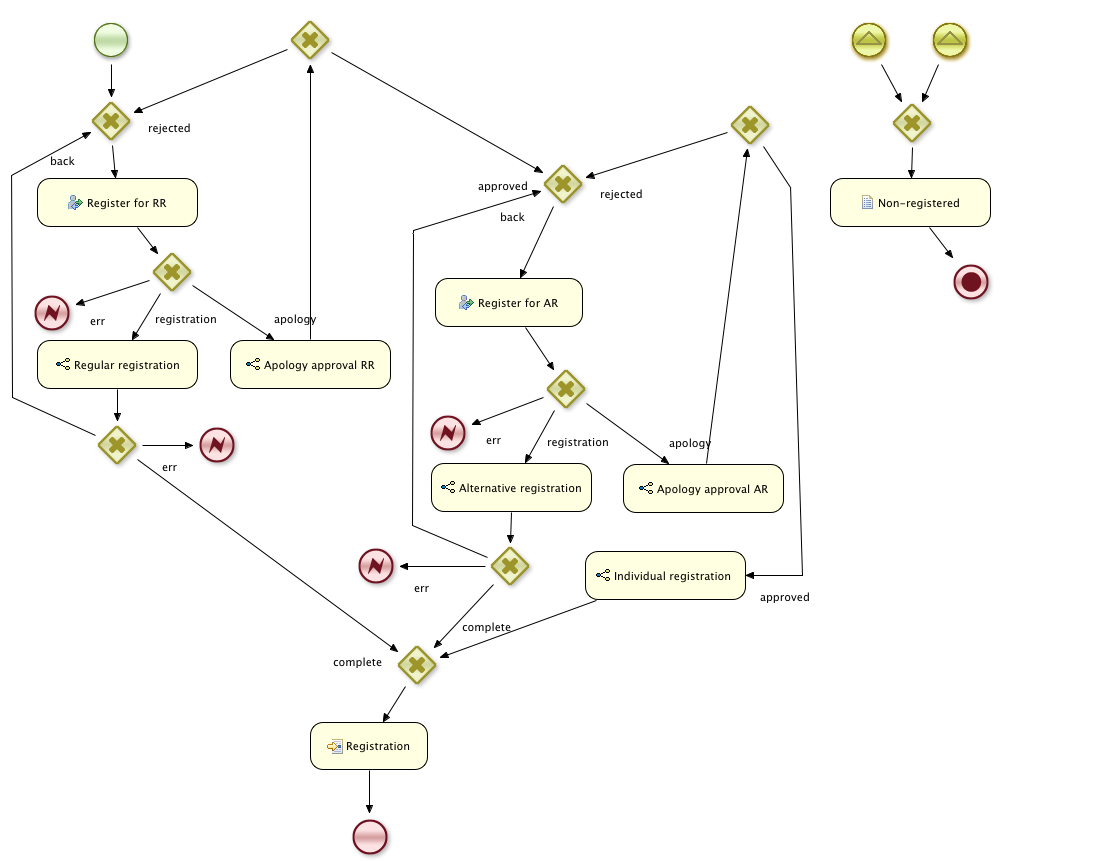
Before: src/main/resources/bpm/2012_registration.png, a diagram exported from BPMN (janondrusek/MI-MPR-DIP-Admission). Its source is kept beside it as src/main/resources/process/2012_registration.bpmn. Ids are renumbered.
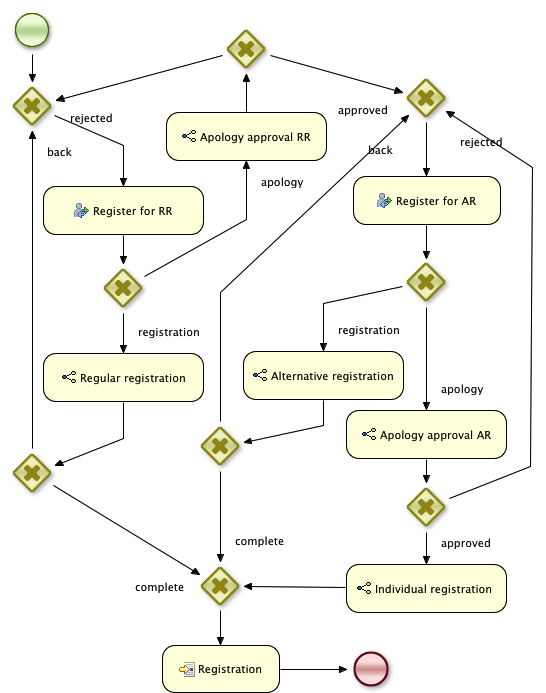
After the change.

What changed in the source:
```diff
@@ -14,10 +14,6 @@
   <itemDefinition id="_admissionItem" structureRef="cz.cvut.fit.mi_mpr_dip.admission.domain.Admission" />
   <itemDefinition id="_evaluatorItem" structureRef="cz.cvut.fit.mi_mpr_dip.admission.jbpm.eval.ProcessEvaluator" />
 
-  <escalation id="err_AR_reg" escalationCode="err_AR_reg" />
-  <escalation id="err_RR_eval" escalationCode="err_RR_eval" />
-  <escalation id="err_RR_reg" escalationCode="err_RR_reg" />
-  <escalation id="err_AR_eval" escalationCode="err_AR_eval" />
   <process processType="Private" isExecutable="true" id="cz.cvut.fit.mi_mpr_dip.admission.2012_registration" name="Sample Process" tns:packageName="defaultPackage" >
 
     <!-- process variables -->
@@ -26,17 +22,10 @@
 
     <!-- nodes -->
     <startEvent id="_1" name="StartProcess" />
-    <scriptTask id="_3" name="Non-registered" scriptFormat="http://www.java.com/java" >
-      <script>System.out.println("Neprihlasen k zapisu");</script>
-    </scriptTask>
     <exclusiveGateway id="_4" name="Gateway - Regular R action (REG/APP)" gatewayDirection="Diverging" />
     <endEvent id="_8" name="End" />
     <exclusiveGateway id="_10" name="Gateway - alternative R action (REG/APP)" gatewayDirection="Diverging" />
     <exclusiveGateway id="_14" name="Gateway - Registration complete" gatewayDirection="Converging" />
-    <endEvent id="_16" name="End" >
-        <terminateEventDefinition/>
-    </endEvent>
-    <exclusiveGateway id="_19" name="Gateway - registration signals" gatewayDirection="Converging" />
     <callActivity id="_21" name="Alternative registration" calledElement="cz.cvut.fit.mi_mpr_dip.admission.blank" >
       <ioSpecification>
         <dataInput id="_21_admissionInput" name="admission" />
@@ -116,12 +105,6 @@
     </callActivity>
     <exclusiveGateway id="_29" name="Gateway - Invited to AR" gatewayDirection="Converging" />
     <exclusiveGateway id="_28" name="Gateway - Apology from AR request result" gatewayDirection="Diverging" />
-    <intermediateCatchEvent id="_31" name="Signal B" >
-      <signalEventDefinition signalRef="expired_time_for_registration"/>
-    </intermediateCatchEvent>
-    <intermediateCatchEvent id="_30" name="Signal C" >
-      <signalEventDefinition signalRef="registartion_failed"/>
-    </intermediateCatchEvent>
     <task id="_34" name="Registration" tns:taskName="Email" >
       <extensionElements>
         <tns:onEntry-script scriptFormat="http://www.java.com/java">
@@ -165,54 +148,9 @@
         </outputSet>
       </ioSpecification>
     </userTask>
-    <endEvent id="_38" name="Error - Alternative registration" >
-      <dataInput id="_38_Input" name="error" />
-      <dataInputAssociation>
-        <sourceRef>error_var</sourceRef>
-        <targetRef>_38_Input</targetRef>
-      </dataInputAssociation>
-      <inputSet>
-        <dataInputRefs>_38_Input</dataInputRefs>
-      </inputSet>
-      <escalationEventDefinition escalationRef="err_AR_reg" />
-    </endEvent>
-    <endEvent id="_39" name="Error - RR complete" >
-      <dataInput id="_39_Input" name="error" />
-      <dataInputAssociation>
-        <sourceRef>error_var</sourceRef>
-        <targetRef>_39_Input</targetRef>
-      </dataInputAssociation>
-      <inputSet>
-        <dataInputRefs>_39_Input</dataInputRefs>
-      </inputSet>
-      <escalationEventDefinition escalationRef="err_RR_eval" />
-    </endEvent>
     <exclusiveGateway id="_36" name="Gateway - Backtrack from AR" gatewayDirection="Diverging" />
-    <endEvent id="_37" name="Error - Regular registration" >
-      <dataInput id="_37_Input" name="error" />
-      <dataInputAssociation>
-        <sourceRef>error_var</sourceRef>
-        <targetRef>_37_Input</targetRef>
-      </dataInputAssociation>
-      <inputSet>
-        <dataInputRefs>_37_Input</dataInputRefs>
-      </inputSet>
-      <escalationEventDefinition escalationRef="err_RR_reg" />
-    </endEvent>
-    <endEvent id="_40" name="Error - AR complete" >
-      <dataInput id="_40_Input" name="error" />
-      <dataInputAssociation>
-        <sourceRef>error_var</sourceRef>
-        <targetRef>_40_Input</targetRef>
-      </dataInputAssociation>
-      <inputSet>
-        <dataInputRefs>_40_Input</dataInputRefs>
-      </inputSet>
-      <escalationEventDefinition escalationRef="err_AR_eval" />
-    </endEvent>
 
     <!-- connections -->
-    <sequenceFlow id="_19-_3" sourceRef="_19" targetRef="_3" />
     <sequenceFlow id="_32-_4" sourceRef="_32" targetRef="_4" />
     <sequenceFlow id="_34-_8" sourceRef="_34" targetRef="_8" />
     <sequenceFlow id="_33-_10" sourceRef="_33" targetRef="_10" />
@@ -223,9 +161,6 @@
     <sequenceFlow id="_36-_14" sourceRef="_36" targetRef="_14" name="complete" tns:priority="1" >
       <conditionExpression xsi:type="tFormalExpression" language="http://www.java.com/java" >return evaluator.evalRegistrationDone(admission);</conditionExpression>
     </sequenceFlow>
-    <sequenceFlow id="_3-_16" sourceRef="_3" targetRef="_16" />
-    <sequenceFlow id="_30-_19" sourceRef="_30" targetRef="_19" />
-    <sequenceFlow id="_31-_19" sourceRef="_31" targetRef="_19" />
     <sequenceFlow id="_10-_21" sourceRef="_10" targetRef="_21" name="registration" tns:priority="1" >
       <conditionExpression xsi:type="tFormalExpression" language="http://www.java.com/java" >return evaluator.evalRegisterForREG(admission);</conditionExpression>
     </sequenceFlow>
@@ -264,241 +199,172 @@
     <sequenceFlow id="_20-_35" sourceRef="_20" targetRef="_35" />
     <sequenceFlow id="_25-_32" sourceRef="_25" targetRef="_32" />
     <sequenceFlow id="_29-_33" sourceRef="_29" targetRef="_33" />
-    <sequenceFlow id="_10-_38" sourceRef="_10" targetRef="_38" name="err" tns:priority="2" >
-      <conditionExpression xsi:type="tFormalExpression" language="http://www.java.com/java" >return true;</conditionExpression>
-    </sequenceFlow>
-    <sequenceFlow id="_35-_39" sourceRef="_35" targetRef="_39" name="err" tns:priority="2" >
-      <conditionExpression xsi:type="tFormalExpression" language="http://www.java.com/java" >return true;</conditionExpression>
-    </sequenceFlow>
     <sequenceFlow id="_21-_36" sourceRef="_21" targetRef="_36" />
-    <sequenceFlow id="_4-_37" sourceRef="_4" targetRef="_37" name="err" tns:priority="2" >
-      <conditionExpression xsi:type="tFormalExpression" language="http://www.java.com/java" >return true;</conditionExpression>
-    </sequenceFlow>
-    <sequenceFlow id="_36-_40" sourceRef="_36" targetRef="_40" name="err" tns:priority="2" >
-      <conditionExpression xsi:type="tFormalExpression" language="http://www.java.com/java" >return true;</conditionExpression>
-    </sequenceFlow>
 
   </process>
 
   <bpmndi:BPMNDiagram>
     <bpmndi:BPMNPlane bpmnElement="cz.cvut.fit.mi_mpr_dip.admission.2012_registration" >
       <bpmndi:BPMNShape bpmnElement="_1" >
-        <dc:Bounds x="87" y="16" width="48" height="48" />
-      </bpmndi:BPMNShape>
-      <bpmndi:BPMNShape bpmnElement="_3" >
-        <dc:Bounds x="830" y="178" width="161" height="49" />
+        <dc:Bounds x="68" y="11" width="48" height="48" />
       </bpmndi:BPMNShape>
       <bpmndi:BPMNShape bpmnElement="_4" >
-        <dc:Bounds x="148" y="248" width="48" height="48" />
+        <dc:Bounds x="159" y="269" width="48" height="48" />
       </bpmndi:BPMNShape>
       <bpmndi:BPMNShape bpmnElement="_8" >
-        <dc:Bounds x="346" y="813" width="48" height="48" />
+        <dc:Bounds x="351" y="650" width="48" height="48" />
       </bpmndi:BPMNShape>
       <bpmndi:BPMNShape bpmnElement="_10" >
-        <dc:Bounds x="542" y="365" width="48" height="48" />
+        <dc:Bounds x="462" y="263" width="48" height="48" />
       </bpmndi:BPMNShape>
       <bpmndi:BPMNShape bpmnElement="_14" >
-        <dc:Bounds x="393" y="641" width="48" height="48" />
-      </bpmndi:BPMNShape>
-      <bpmndi:BPMNShape bpmnElement="_16" >
-        <dc:Bounds x="947" y="258" width="48" height="48" />
-      </bpmndi:BPMNShape>
-      <bpmndi:BPMNShape bpmnElement="_19" >
-        <dc:Bounds x="888" y="99" width="48" height="48" />
+        <dc:Bounds x="250" y="567" width="48" height="48" />
       </bpmndi:BPMNShape>
       <bpmndi:BPMNShape bpmnElement="_21" >
-        <dc:Bounds x="431" y="463" width="161" height="49" />
+        <dc:Bounds x="247" y="356" width="161" height="49" />
       </bpmndi:BPMNShape>
       <bpmndi:BPMNShape bpmnElement="_20" >
-        <dc:Bounds x="37" y="340" width="161" height="49" />
+        <dc:Bounds x="47" y="358" width="161" height="49" />
       </bpmndi:BPMNShape>
       <bpmndi:BPMNShape bpmnElement="_23" >
-        <dc:Bounds x="230" y="340" width="161" height="49" />
+        <dc:Bounds x="170" y="117" width="161" height="49" />
       </bpmndi:BPMNShape>
       <bpmndi:BPMNShape bpmnElement="_22" >
-        <dc:Bounds x="585" y="551" width="161" height="49" />
+        <dc:Bounds x="350" y="569" width="161" height="49" />
       </bpmndi:BPMNShape>
       <bpmndi:BPMNShape bpmnElement="_25" >
-        <dc:Bounds x="87" y="97" width="48" height="48" />
+        <dc:Bounds x="62" y="87" width="48" height="48" />
       </bpmndi:BPMNShape>
       <bpmndi:BPMNShape bpmnElement="_27" >
-        <dc:Bounds x="286" y="16" width="48" height="48" />
+        <dc:Bounds x="282" y="30" width="48" height="48" />
       </bpmndi:BPMNShape>
       <bpmndi:BPMNShape bpmnElement="_26" >
-        <dc:Bounds x="623" y="464" width="161" height="49" />
+        <dc:Bounds x="350" y="415" width="161" height="49" />
       </bpmndi:BPMNShape>
       <bpmndi:BPMNShape bpmnElement="_29" >
-        <dc:Bounds x="539" y="160" width="48" height="48" />
+        <dc:Bounds x="462" y="79" width="48" height="48" />
       </bpmndi:BPMNShape>
       <bpmndi:BPMNShape bpmnElement="_28" >
-        <dc:Bounds x="726" y="101" width="48" height="48" />
-      </bpmndi:BPMNShape>
-      <bpmndi:BPMNShape bpmnElement="_31" >
-        <dc:Bounds x="845" y="16" width="48" height="48" />
-      </bpmndi:BPMNShape>
-      <bpmndi:BPMNShape bpmnElement="_30" >
-        <dc:Bounds x="926" y="16" width="48" height="48" />
+        <dc:Bounds x="462" y="488" width="48" height="48" />
       </bpmndi:BPMNShape>
       <bpmndi:BPMNShape bpmnElement="_34" >
-        <dc:Bounds x="310" y="722" width="118" height="48" />
+        <dc:Bounds x="166" y="650" width="118" height="48" />
       </bpmndi:BPMNShape>
       <bpmndi:BPMNShape bpmnElement="_35" >
-        <dc:Bounds x="93" y="421" width="48" height="48" />
+        <dc:Bounds x="68" y="454" width="48" height="48" />
       </bpmndi:BPMNShape>
       <bpmndi:BPMNShape bpmnElement="_32" >
-        <dc:Bounds x="37" y="178" width="161" height="49" />
+        <dc:Bounds x="47" y="191" width="161" height="49" />
       </bpmndi:BPMNShape>
       <bpmndi:BPMNShape bpmnElement="_33" >
-        <dc:Bounds x="435" y="278" width="148" height="49" />
-      </bpmndi:BPMNShape>
-      <bpmndi:BPMNShape bpmnElement="_38" >
-        <dc:Bounds x="424" y="409" width="48" height="48" />
-      </bpmndi:BPMNShape>
-      <bpmndi:BPMNShape bpmnElement="_39" >
-        <dc:Bounds x="193" y="421" width="48" height="48" />
+        <dc:Bounds x="357" y="181" width="148" height="49" />
       </bpmndi:BPMNShape>
       <bpmndi:BPMNShape bpmnElement="_36" >
-        <dc:Bounds x="486" y="542" width="48" height="48" />
+        <dc:Bounds x="256" y="427" width="48" height="48" />
       </bpmndi:BPMNShape>
-      <bpmndi:BPMNShape bpmnElement="_37" >
-        <dc:Bounds x="28" y="289" width="48" height="48" />
-      </bpmndi:BPMNShape>
-      <bpmndi:BPMNShape bpmnElement="_40" >
-        <dc:Bounds x="352" y="542" width="48" height="48" />
-      </bpmndi:BPMNShape>
-      <bpmndi:BPMNEdge bpmnElement="_19-_3" >
-        <di:waypoint x="912" y="123" />
-        <di:waypoint x="910" y="202" />
-      </bpmndi:BPMNEdge>
       <bpmndi:BPMNEdge bpmnElement="_32-_4" >
-        <di:waypoint x="117" y="202" />
-        <di:waypoint x="172" y="272" />
+        <di:waypoint x="127" y="215" />
+        <di:waypoint x="183" y="293" />
       </bpmndi:BPMNEdge>
       <bpmndi:BPMNEdge bpmnElement="_34-_8" >
-        <di:waypoint x="369" y="746" />
-        <di:waypoint x="370" y="837" />
+        <di:waypoint x="225" y="674" />
+        <di:waypoint x="375" y="674" />
       </bpmndi:BPMNEdge>
       <bpmndi:BPMNEdge bpmnElement="_33-_10" >
-        <di:waypoint x="509" y="302" />
-        <di:waypoint x="566" y="389" />
+        <di:waypoint x="431" y="205" />
+        <di:waypoint x="486" y="287" />
       </bpmndi:BPMNEdge>
       <bpmndi:BPMNEdge bpmnElement="_22-_14" >
-        <di:waypoint x="665" y="575" />
-        <di:waypoint x="417" y="665" />
+        <di:waypoint x="430" y="593" />
+        <di:waypoint x="274" y="591" />
       </bpmndi:BPMNEdge>
       <bpmndi:BPMNEdge bpmnElement="_35-_14" >
-        <di:waypoint x="117" y="445" />
-        <di:waypoint x="417" y="665" />
+        <di:waypoint x="92" y="478" />
+        <di:waypoint x="274" y="591" />
       </bpmndi:BPMNEdge>
       <bpmndi:BPMNEdge bpmnElement="_36-_14" >
-        <di:waypoint x="510" y="566" />
-        <di:waypoint x="417" y="665" />
-      </bpmndi:BPMNEdge>
-      <bpmndi:BPMNEdge bpmnElement="_3-_16" >
-        <di:waypoint x="910" y="202" />
-        <di:waypoint x="971" y="282" />
-      </bpmndi:BPMNEdge>
-      <bpmndi:BPMNEdge bpmnElement="_30-_19" >
-        <di:waypoint x="950" y="40" />
-        <di:waypoint x="912" y="123" />
-      </bpmndi:BPMNEdge>
-      <bpmndi:BPMNEdge bpmnElement="_31-_19" >
-        <di:waypoint x="869" y="40" />
-        <di:waypoint x="912" y="123" />
+        <di:waypoint x="280" y="451" />
+        <di:waypoint x="274" y="591" />
       </bpmndi:BPMNEdge>
       <bpmndi:BPMNEdge bpmnElement="_10-_21" >
-        <di:waypoint x="566" y="389" />
-        <di:waypoint x="511" y="487" />
+        <di:waypoint x="486" y="287" />
+        <di:waypoint x="327" y="308" />
+        <di:waypoint x="327" y="380" />
       </bpmndi:BPMNEdge>
       <bpmndi:BPMNEdge bpmnElement="_4-_20" >
-        <di:waypoint x="172" y="272" />
-        <di:waypoint x="117" y="364" />
+        <di:waypoint x="183" y="293" />
+        <di:waypoint x="127" y="382" />
       </bpmndi:BPMNEdge>
       <bpmndi:BPMNEdge bpmnElement="_4-_23" >
-        <di:waypoint x="172" y="272" />
-        <di:waypoint x="310" y="364" />
+        <di:waypoint x="183" y="293" />
+        <di:waypoint x="250" y="224" />
+        <di:waypoint x="250" y="141" />
       </bpmndi:BPMNEdge>
       <bpmndi:BPMNEdge bpmnElement="_28-_22" >
-        <di:waypoint x="750" y="125" />
-        <di:waypoint x="790" y="187" />
-        <di:waypoint x="802" y="575" />
-        <di:waypoint x="665" y="575" />
+        <di:waypoint x="486" y="512" />
+        <di:waypoint x="430" y="593" />
       </bpmndi:BPMNEdge>
       <bpmndi:BPMNEdge bpmnElement="_27-_25" >
-        <di:waypoint x="310" y="40" />
-        <di:waypoint x="111" y="121" />
+        <di:waypoint x="306" y="54" />
+        <di:waypoint x="86" y="111" />
       </bpmndi:BPMNEdge>
       <bpmndi:BPMNEdge bpmnElement="_1-_25" >
-        <di:waypoint x="111" y="40" />
-        <di:waypoint x="111" y="121" />
+        <di:waypoint x="92" y="35" />
+        <di:waypoint x="86" y="111" />
       </bpmndi:BPMNEdge>
       <bpmndi:BPMNEdge bpmnElement="_35-_25" >
-        <di:waypoint x="117" y="445" />
-        <di:waypoint x="12" y="397" />
-        <di:waypoint x="11" y="175" />
-        <di:waypoint x="111" y="121" />
+        <di:waypoint x="92" y="478" />
+        <di:waypoint x="86" y="111" />
       </bpmndi:BPMNEdge>
       <bpmndi:BPMNEdge bpmnElement="_23-_27" >
-        <di:waypoint x="310" y="364" />
-        <di:waypoint x="310" y="40" />
+        <di:waypoint x="250" y="141" />
+        <di:waypoint x="306" y="54" />
       </bpmndi:BPMNEdge>
       <bpmndi:BPMNEdge bpmnElement="_10-_26" >
-        <di:waypoint x="566" y="389" />
-        <di:waypoint x="703" y="488" />
+        <di:waypoint x="486" y="287" />
+        <di:waypoint x="430" y="439" />
       </bpmndi:BPMNEdge>
       <bpmndi:BPMNEdge bpmnElement="_27-_29" >
-        <di:waypoint x="310" y="40" />
-        <di:waypoint x="563" y="184" />
+        <di:waypoint x="306" y="54" />
+        <di:waypoint x="486" y="103" />
       </bpmndi:BPMNEdge>
       <bpmndi:BPMNEdge bpmnElement="_28-_29" >
-        <di:waypoint x="750" y="125" />
-        <di:waypoint x="563" y="184" />
+        <di:waypoint x="486" y="512" />
+        <di:waypoint x="534" y="471" />
+        <di:waypoint x="536" y="172" />
+        <di:waypoint x="486" y="103" />
       </bpmndi:BPMNEdge>
       <bpmndi:BPMNEdge bpmnElement="_36-_29" >
-        <di:waypoint x="510" y="566" />
-        <di:waypoint x="412" y="525" />
-        <di:waypoint x="413" y="230" />
-        <di:waypoint x="563" y="184" />
+        <di:waypoint x="280" y="451" />
+        <di:waypoint x="224" y="297" />
+        <di:waypoint x="486" y="103" />
       </bpmndi:BPMNEdge>
       <bpmndi:BPMNEdge bpmnElement="_26-_28" >
-        <di:waypoint x="703" y="488" />
-        <di:waypoint x="750" y="125" />
+        <di:waypoint x="430" y="439" />
+        <di:waypoint x="486" y="512" />
       </bpmndi:BPMNEdge>
       <bpmndi:BPMNEdge bpmnElement="_14-_34" >
-        <di:waypoint x="417" y="665" />
-        <di:waypoint x="369" y="746" />
+        <di:waypoint x="274" y="591" />
+        <di:waypoint x="225" y="674" />
       </bpmndi:BPMNEdge>
       <bpmndi:BPMNEdge bpmnElement="_20-_35" >
-        <di:waypoint x="117" y="364" />
-        <di:waypoint x="117" y="445" />
+        <di:waypoint x="127" y="382" />
+        <di:waypoint x="127" y="443" />
+        <di:waypoint x="92" y="478" />
       </bpmndi:BPMNEdge>
       <bpmndi:BPMNEdge bpmnElement="_25-_32" >
-        <di:waypoint x="111" y="121" />
-        <di:waypoint x="117" y="202" />
+        <di:waypoint x="86" y="111" />
+        <di:waypoint x="127" y="150" />
+        <di:waypoint x="127" y="215" />
       </bpmndi:BPMNEdge>
       <bpmndi:BPMNEdge bpmnElement="_29-_33" >
-        <di:waypoint x="563" y="184" />
-        <di:waypoint x="509" y="302" />
-      </bpmndi:BPMNEdge>
-      <bpmndi:BPMNEdge bpmnElement="_10-_38" >
-        <di:waypoint x="566" y="389" />
-        <di:waypoint x="448" y="433" />
-      </bpmndi:BPMNEdge>
-      <bpmndi:BPMNEdge bpmnElement="_35-_39" >
-        <di:waypoint x="117" y="445" />
-        <di:waypoint x="217" y="445" />
+        <di:waypoint x="486" y="103" />
+        <di:waypoint x="431" y="205" />
       </bpmndi:BPMNEdge>
       <bpmndi:BPMNEdge bpmnElement="_21-_36" >
-        <di:waypoint x="511" y="487" />
-        <di:waypoint x="510" y="566" />
-      </bpmndi:BPMNEdge>
-      <bpmndi:BPMNEdge bpmnElement="_4-_37" >
-        <di:waypoint x="172" y="272" />
-        <di:waypoint x="52" y="313" />
-      </bpmndi:BPMNEdge>
-      <bpmndi:BPMNEdge bpmnElement="_36-_40" >
-        <di:waypoint x="510" y="566" />
-        <di:waypoint x="376" y="566" />
+        <di:waypoint x="327" y="380" />
+        <di:waypoint x="327" y="430" />
+        <di:waypoint x="280" y="451" />
       </bpmndi:BPMNEdge>
     </bpmndi:BPMNPlane>
   </bpmndi:BPMNDiagram>
```
